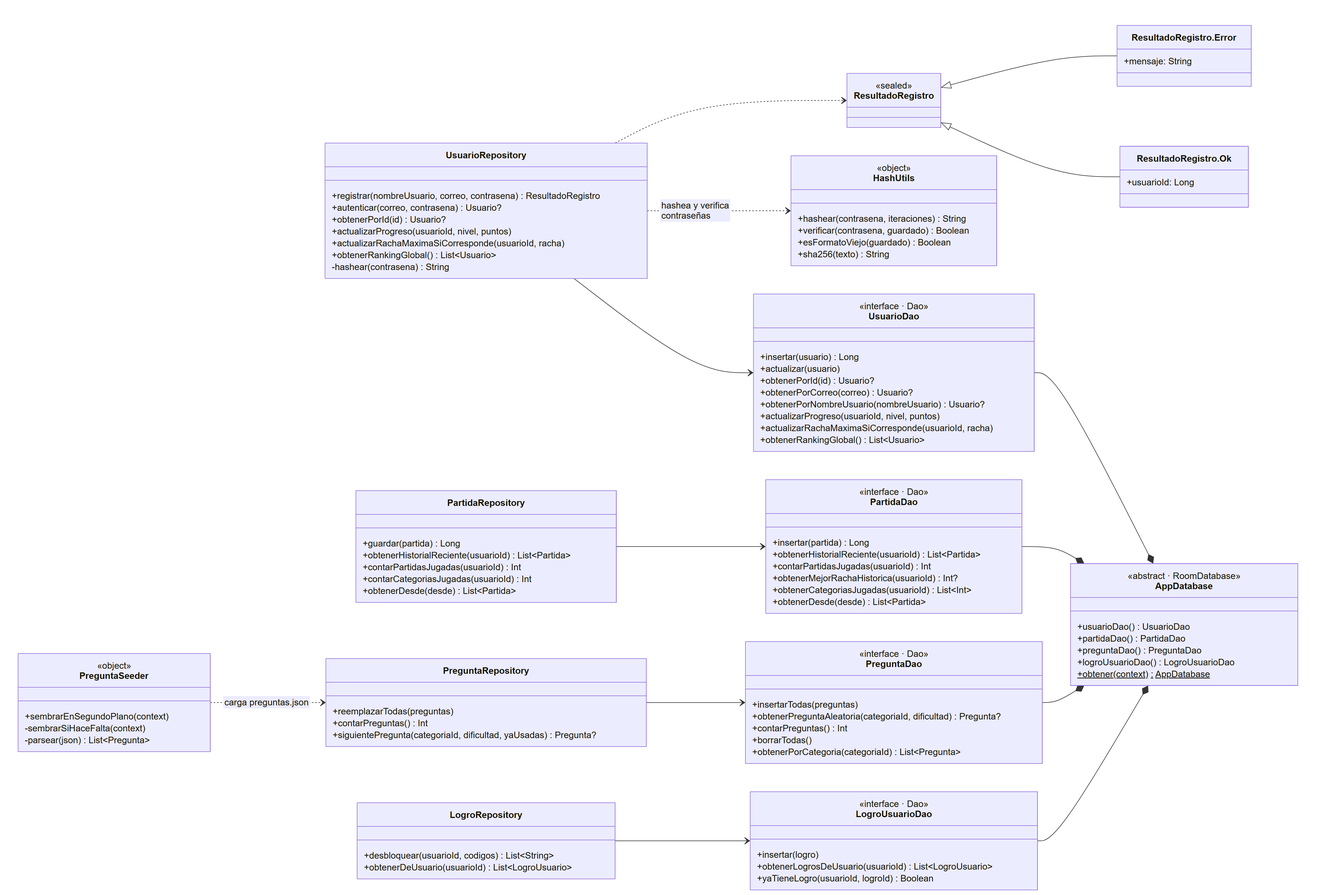
This is docs/diagramas/02-acceso-a-datos.png from sobas2785/Quizzly, a Mermaid export, as it was before one commit. Its source is kept beside it as docs/diagramas/02-acceso-a-datos.mmd.
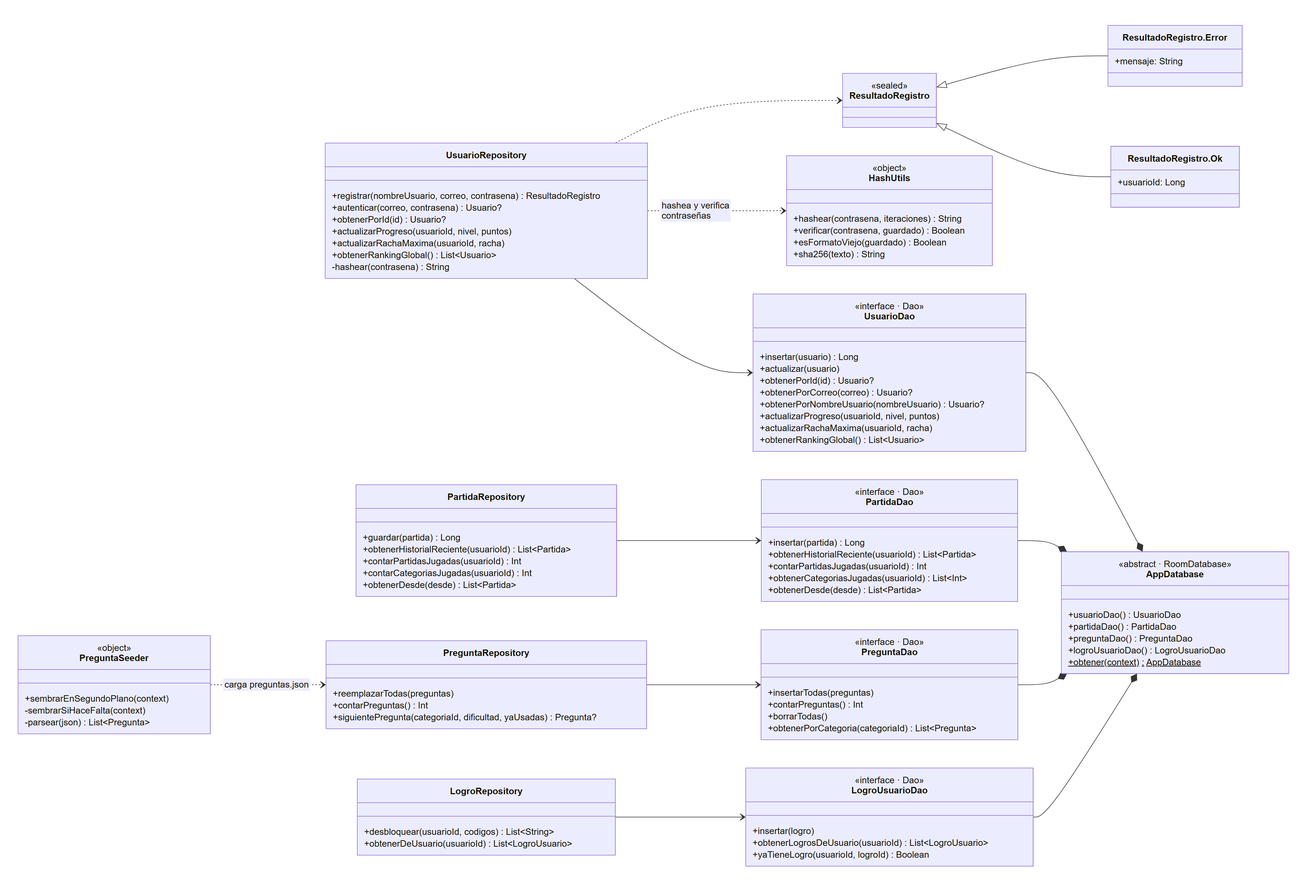
Above is the later version.

What changed in the source:
```diff
@@ -18,7 +18,7 @@
         +obtenerPorCorreo(correo) Usuario?
         +obtenerPorNombreUsuario(nombreUsuario) Usuario?
         +actualizarProgreso(usuarioId, nivel, puntos)
-        +actualizarRachaMaximaSiCorresponde(usuarioId, racha)
+        +actualizarRachaMaxima(usuarioId, racha)
         +obtenerRankingGlobal() List~Usuario~
     }
 
@@ -27,7 +27,6 @@
         +insertar(partida) Long
         +obtenerHistorialReciente(usuarioId) List~Partida~
         +contarPartidasJugadas(usuarioId) Int
-        +obtenerMejorRachaHistorica(usuarioId) Int?
         +obtenerCategoriasJugadas(usuarioId) List~Int~
         +obtenerDesde(desde) List~Partida~
     }
@@ -35,7 +34,6 @@
     class PreguntaDao {
         <<interface · Dao>>
         +insertarTodas(preguntas)
-        +obtenerPreguntaAleatoria(categoriaId, dificultad) Pregunta?
         +contarPreguntas() Int
         +borrarTodas()
         +obtenerPorCategoria(categoriaId) List~Pregunta~
@@ -53,7 +51,7 @@
         +autenticar(correo, contrasena) Usuario?
         +obtenerPorId(id) Usuario?
         +actualizarProgreso(usuarioId, nivel, puntos)
-        +actualizarRachaMaximaSiCorresponde(usuarioId, racha)
+        +actualizarRachaMaxima(usuarioId, racha)
         +obtenerRankingGlobal() List~Usuario~
         -hashear(contrasena) String
     }
```
